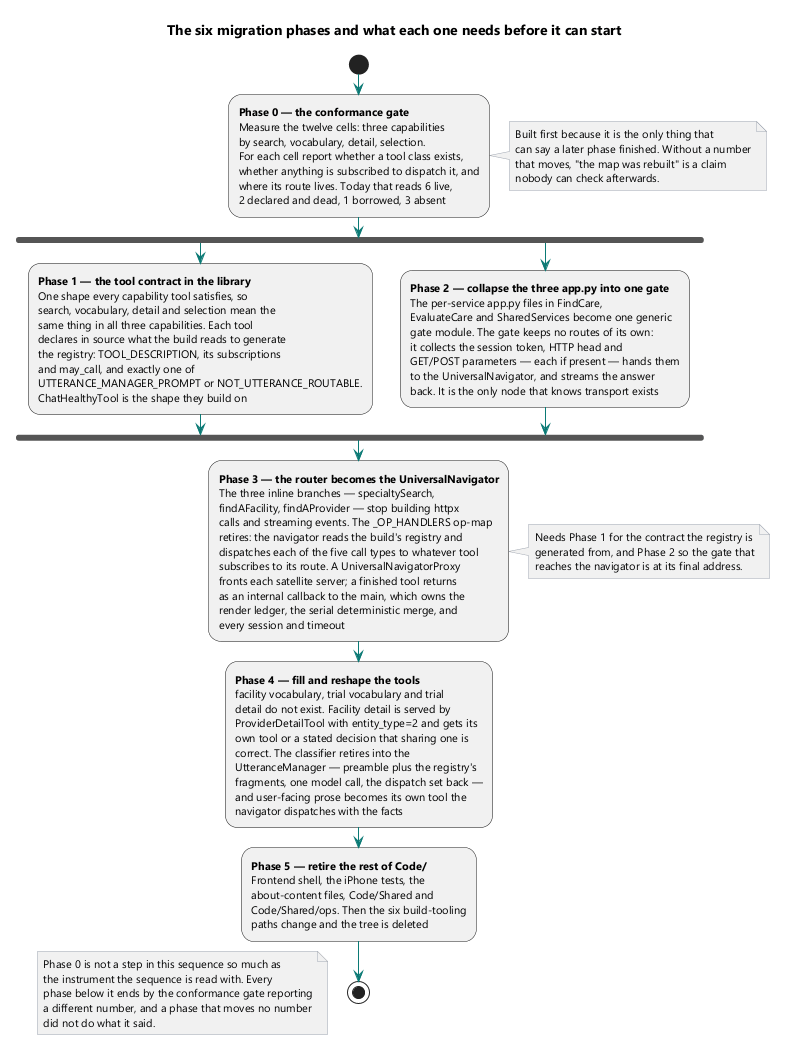
Earlier version of the PlantUML export brain/machine_artifacts/diagramsAndImages/rendered/mig_phases.png (SkipSnow/ChatHealthyRepo).
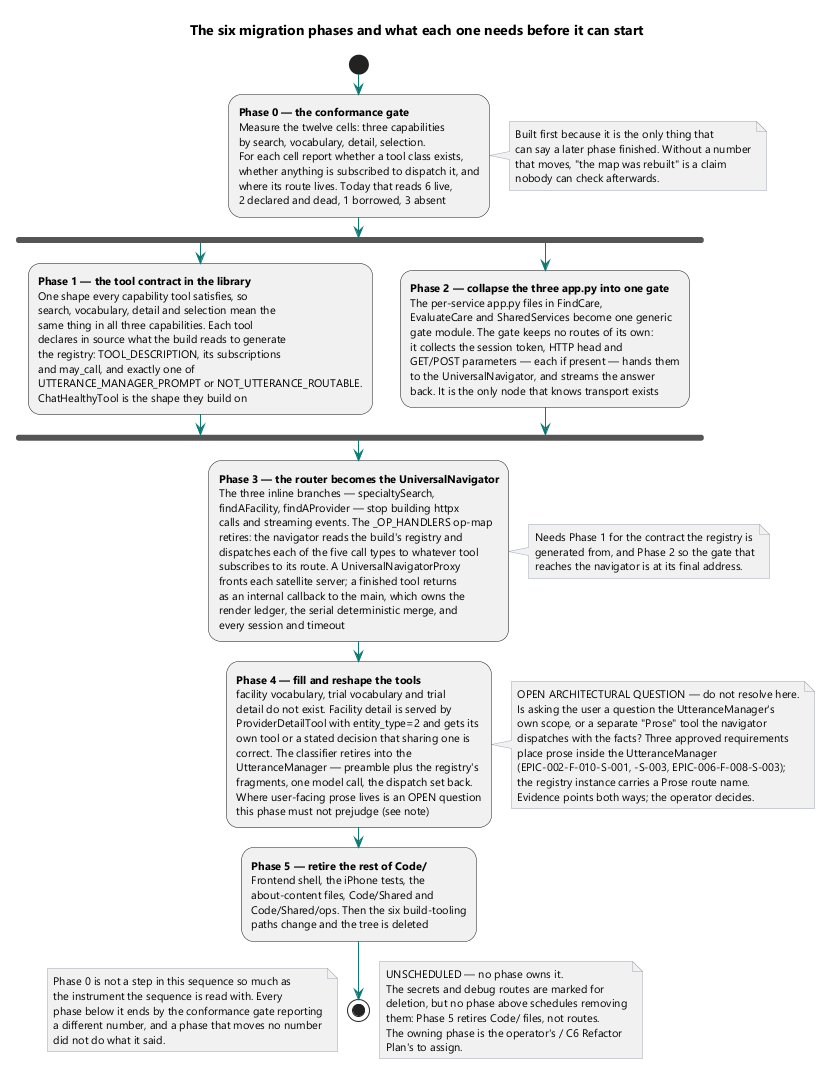
Later version of the same file.

Diff of the diagram source:
```diff
@@ -71,9 +71,19 @@
 own tool or a stated decision that sharing one is
 correct. The classifier retires into the
 UtteranceManager — preamble plus the registry's
-fragments, one model call, the dispatch set back —
-and user-facing prose becomes its own tool the
-navigator dispatches with the facts;
+fragments, one model call, the dispatch set back.
+Where user-facing prose lives is an OPEN question
+this phase must not prejudge (see note);
+note right
+  OPEN ARCHITECTURAL QUESTION — do not resolve here.
+  Is asking the user a question the UtteranceManager's
+  own scope, or a separate "Prose" tool the navigator
+  dispatches with the facts? Three approved requirements
+  place prose inside the UtteranceManager
+  (EPIC-002-F-010-S-001, -S-003, EPIC-006-F-008-S-003);
+  the registry instance carries a Prose route name.
+  Evidence points both ways; the operator decides.
+end note
 
 :**Phase 5 — retire the rest of Code/**
 Frontend shell, the iPhone tests, the
@@ -82,6 +92,15 @@
 paths change and the tree is deleted;
 
 stop
+
+floating note right
+  UNSCHEDULED — no phase owns it.
+  The secrets and debug routes are marked for
+  deletion, but no phase above schedules removing
+  them: Phase 5 retires Code/ files, not routes.
+  The owning phase is the operator's / C6 Refactor
+  Plan's to assign.
+end note
 
 floating note left
   Phase 0 is not a step in this sequence so much as
```
